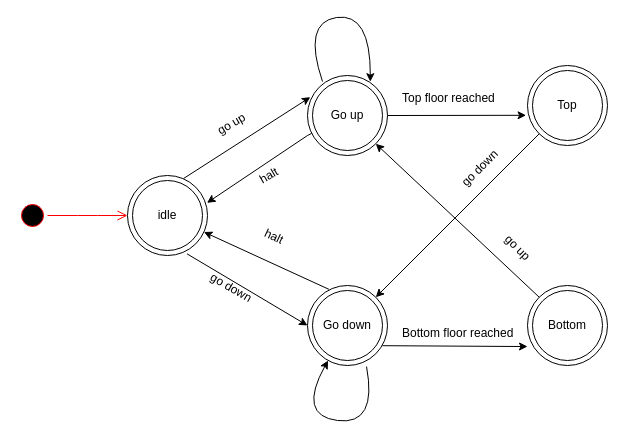
This is Untitled Diagram2.drawio from JohnMugambi/Files, a draw.io file, before an edit. Source tidied: cells renumbered, new cells numbered last; positions are measured from the earlier drawing's top-left corner, leaving out a move shared by most shapes. Both pictures are drawn from the tidied source at 100%, with x=0, y=0 at pixel (17, 12).
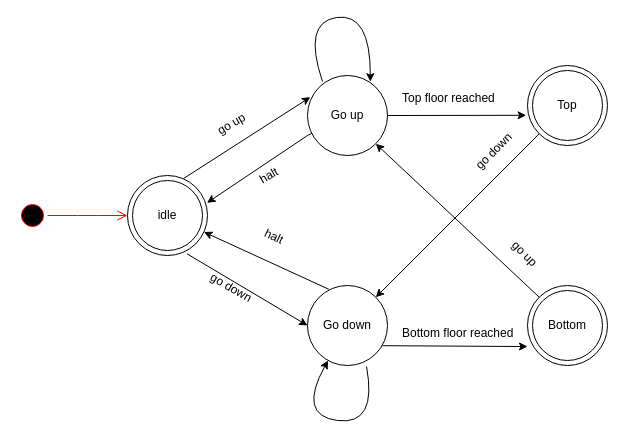
The same diagram, later.

The edit, as a diff of the source:
```diff
@@
-    <mxCell id="5" style="ellipse;whiteSpace=wrap;html=1;" parent="1" vertex="1">
+    <mxCell id="5" value="Go up" style="ellipse;whiteSpace=wrap;html=1;" parent="1" vertex="1">
       <mxGeometry x="290" y="63" width="80" height="80" as="geometry" />
     </mxCell>
-    <mxCell id="6" style="ellipse;whiteSpace=wrap;html=1;" parent="1" vertex="1">
+    <mxCell id="6" value="Go down" style="ellipse;whiteSpace=wrap;html=1;" parent="1" vertex="1">
       <mxGeometry x="290" y="273" width="80" height="80" as="geometry" />
     </mxCell>
@@
-    <mxCell id="9" value="Go up" style="ellipse;whiteSpace=wrap;html=1;" parent="1" vertex="1">
-      <mxGeometry x="295" y="68" width="70" height="70" as="geometry" />
-    </mxCell>
@@
-    <mxCell id="11" value="Go down" style="ellipse;whiteSpace=wrap;html=1;" parent="1" vertex="1">
-      <mxGeometry x="295" y="278" width="70" height="70" as="geometry" />
-    </mxCell>
@@
     <mxCell id="24" value="go up" style="text;html=1;strokeColor=none;fillColor=none;spacing=5;spacingTop=-20;whiteSpace=wrap;overflow=hidden;rounded=0;rotation=45;" parent="1" vertex="1">
-      <mxGeometry x="472" y="239" width="50" height="14" as="geometry" />
+      <mxGeometry x="479" y="245" width="50" height="14" as="geometry" />
     </mxCell>
@@
     <mxCell id="28" value="go down" style="text;html=1;strokeColor=none;fillColor=none;spacing=5;spacingTop=-20;whiteSpace=wrap;overflow=hidden;rounded=0;rotation=-45;" parent="1" vertex="1">
-      <mxGeometry x="441.5" y="154.5" width="60" height="14" as="geometry" />
+      <mxGeometry x="455.5" y="137.5" width="60" height="14" as="geometry" />
     </mxCell>
```
